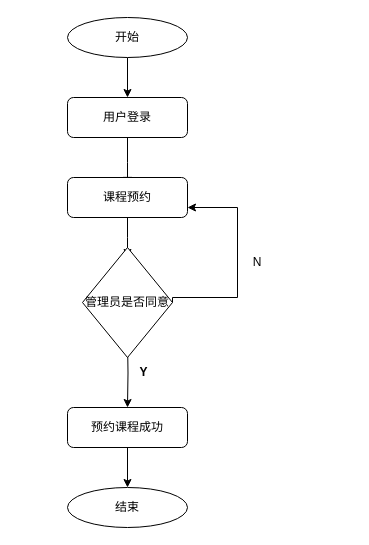
This is 未命名绘图.drawio from zcb333/front-end-interview, a draw.io file, before an edit. Source tidied: cells renumbered, new cells numbered last; positions are measured from the earlier drawing's top-left corner, leaving out a move shared by most shapes. Both pictures are drawn from the tidied source at 100%, with x=0, y=0 at pixel (67, 17).
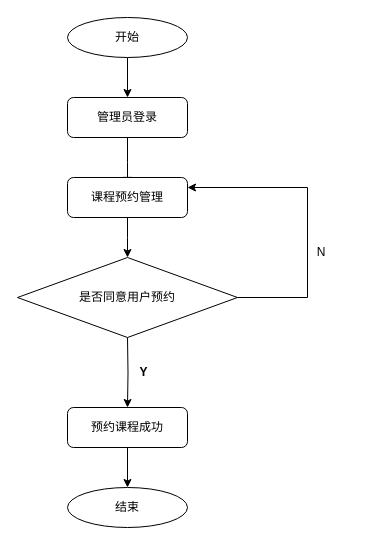
The same diagram, later.

Commit message:
管理员课程预约管理.drawio

The edit, as a diff of the source:
```diff
@@
-    <mxCell id="3" value="用户登录" style="rounded=1;whiteSpace=wrap;html=1;fontSize=12;glass=0;strokeWidth=1;shadow=0;" parent="1" vertex="1">
+    <mxCell id="3" value="管理员登录" style="rounded=1;whiteSpace=wrap;html=1;fontSize=12;glass=0;strokeWidth=1;shadow=0;" parent="1" vertex="1">
       <mxGeometry y="80" width="120" height="40" as="geometry" />
     </mxCell>
@@
-    <mxCell id="7" value="课程预约" style="rounded=1;whiteSpace=wrap;html=1;fontSize=12;glass=0;strokeWidth=1;shadow=0;" parent="1" vertex="1">
+    <mxCell id="7" value="课程预约管理" style="rounded=1;whiteSpace=wrap;html=1;fontSize=12;glass=0;strokeWidth=1;shadow=0;" parent="1" vertex="1">
       <mxGeometry y="160" width="120" height="40" as="geometry" />
     </mxCell>
@@
-    <mxCell id="13" style="edgeStyle=orthogonalEdgeStyle;rounded=0;jettySize=auto;html=1;exitX=1;exitY=0.5;exitDx=0;exitDy=0;entryX=1;entryY=0.75;entryDx=0;entryDy=0;" parent="1" edge="1" source="14" target="7">
-      <mxGeometry relative="1" as="geometry">
-        <Array as="points">
-          <mxPoint x="105" y="280" />
-          <mxPoint x="170" y="280" />
-          <mxPoint x="170" y="190" />
-        </Array>
-      </mxGeometry>
-    </mxCell>
-    <mxCell id="14" value="管理员是否同意" style="rhombus;whiteSpace=wrap;html=1;" parent="1" vertex="1">
-      <mxGeometry x="15" y="230" width="90" height="110" as="geometry" />
-    </mxCell>
+    <mxCell id="16" style="edgeStyle=orthogonalEdgeStyle;rounded=0;jettySize=auto;html=1;entryX=1;entryY=0.25;entryDx=0;entryDy=0;exitX=1;exitY=0.5;exitDx=0;exitDy=0;" parent="1" edge="1" source="17" target="7">
+      <mxGeometry relative="1" as="geometry">
+        <Array as="points">
+          <mxPoint x="240" y="280" />
+          <mxPoint x="240" y="170" />
+        </Array>
+      </mxGeometry>
+    </mxCell>
+    <mxCell id="17" value="是否同意用户预约" style="rhombus;whiteSpace=wrap;html=1;" parent="1" vertex="1">
+      <mxGeometry x="-50" y="240" width="220" height="80" as="geometry" />
+    </mxCell>
     <mxCell id="15" value="N" style="text;html=1;strokeColor=none;fillColor=none;align=center;verticalAlign=middle;whiteSpace=wrap;rounded=0;" parent="1" vertex="1">
-      <mxGeometry x="160" y="230" width="60" height="30" as="geometry" />
+      <mxGeometry x="224" y="220" width="60" height="30" as="geometry" />
     </mxCell>
+    <mxCell id="18" style="edgeStyle=orthogonalEdgeStyle;rounded=0;orthogonalLoop=1;jettySize=auto;html=1;exitX=0.5;exitY=1;exitDx=0;exitDy=0;" parent="1" edge="1" source="15" target="15">
+      <mxGeometry relative="1" as="geometry" />
+    </mxCell>
```
